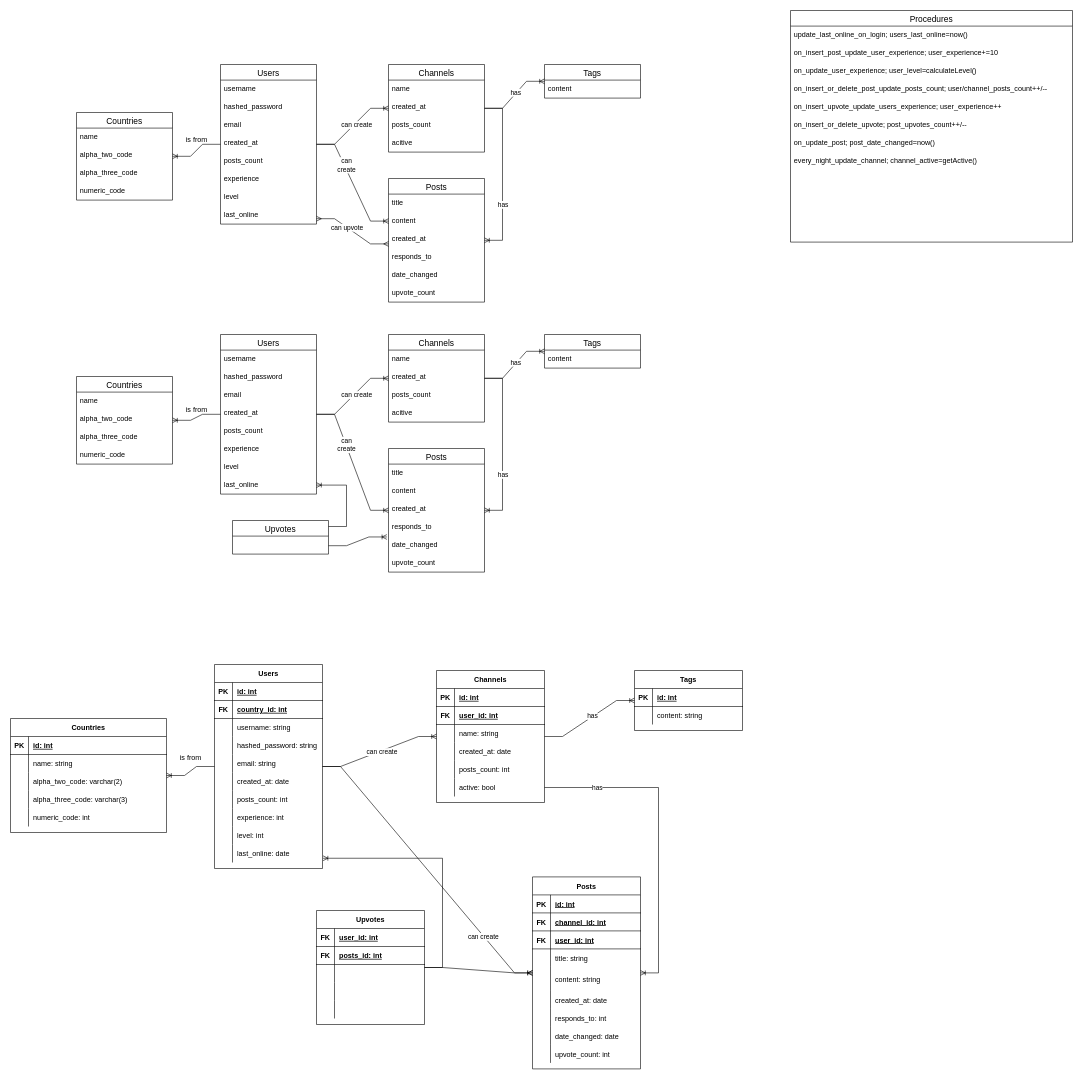
This is Mandatory1.drawio from maxmeldal/db-eksamen, a draw.io file, before an edit. Source tidied: cells renumbered, new cells numbered last; positions are measured from the earlier drawing's top-left corner, leaving out a move shared by most shapes. Both pictures are drawn from the tidied source at 60%, with x=0, y=0 at pixel (10, 10).
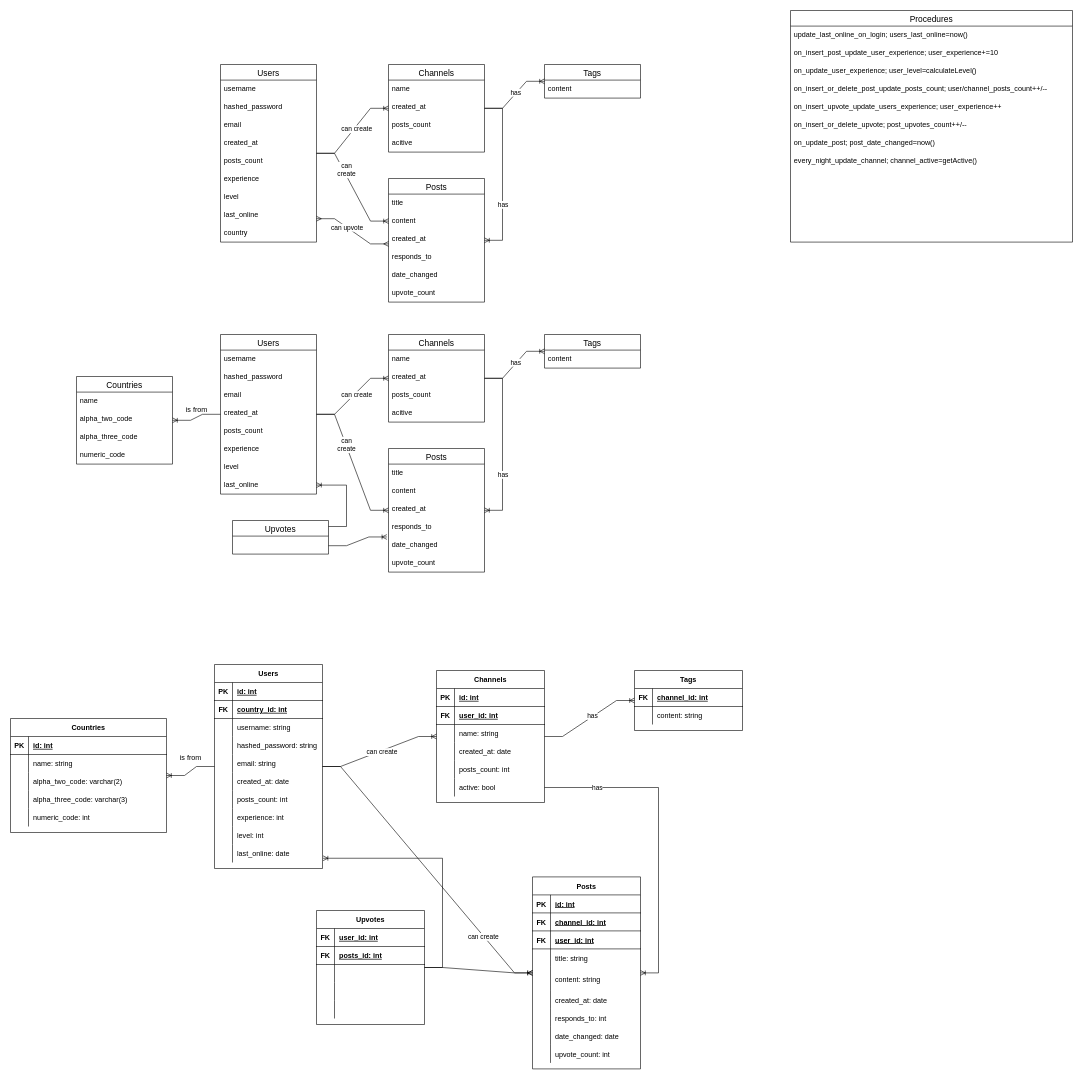
The same diagram, later.

The change refers to these unchanged cells:
```xml
<mxCell id="120" style="shape=tableRow;horizontal=0;startSize=0;swimlaneHead=0;swimlaneBody=0;fillColor=none;top=0;left=0;right=0;bottom=1;" parent="119" vertex="1">
  <mxGeometry y="30" width="180" height="30" as="geometry" />
</mxCell>
```

Change to the diagram source:
```diff
@@
     <mxCell id="2" value="Users" style="swimlane;fontStyle=0;horizontal=1;startSize=26;align=center;fontSize=14;" parent="1" vertex="1">
-      <mxGeometry x="350" y="90" width="160" height="266" as="geometry" />
+      <mxGeometry x="350" y="90" width="160" height="296" as="geometry" />
     </mxCell>
@@
+    <mxCell id="225" value="country" style="text;strokeColor=none;fillColor=none;spacingLeft=4;spacingRight=4;overflow=hidden;fontSize=12;" parent="2" vertex="1">
+      <mxGeometry y="266" width="160" height="30" as="geometry" />
+    </mxCell>
@@
-    <mxCell id="121" value="PK" style="shape=partialRectangle;fillColor=none;top=0;left=0;bottom=0;right=0;fontStyle=1;overflow=hidden;" parent="120" vertex="1">
+    <mxCell id="121" value="FK" style="shape=partialRectangle;fillColor=none;top=0;left=0;bottom=0;right=0;fontStyle=1;overflow=hidden;" parent="120" vertex="1">
       <mxGeometry width="30" height="30" as="geometry" />
     </mxCell>
-    <mxCell id="122" value="id: int" style="shape=partialRectangle;fillColor=none;top=0;left=0;bottom=0;right=0;align=left;spacingLeft=6;fontStyle=5;overflow=hidden;" parent="120" vertex="1">
+    <mxCell id="122" value="channel_id: int" style="shape=partialRectangle;fillColor=none;top=0;left=0;bottom=0;right=0;align=left;spacingLeft=6;fontStyle=5;overflow=hidden;" parent="120" vertex="1">
       <mxGeometry x="30" width="150" height="30" as="geometry" />
     </mxCell>
@@
-    <mxCell id="192" value="Countries" style="swimlane;fontStyle=0;horizontal=1;startSize=26;align=center;fontSize=14;" parent="1" vertex="1">
-      <mxGeometry x="110" y="170" width="160" height="146" as="geometry" />
-    </mxCell>
-    <mxCell id="193" value="name" style="text;strokeColor=none;fillColor=none;spacingLeft=4;spacingRight=4;overflow=hidden;fontSize=12;" parent="192" vertex="1">
-      <mxGeometry y="26" width="160" height="30" as="geometry" />
-    </mxCell>
-    <mxCell id="194" value="alpha_two_code" style="text;strokeColor=none;fillColor=none;spacingLeft=4;spacingRight=4;overflow=hidden;fontSize=12;" parent="192" vertex="1">
-      <mxGeometry y="56" width="160" height="30" as="geometry" />
-    </mxCell>
-    <mxCell id="195" value="alpha_three_code" style="text;strokeColor=none;fillColor=none;spacingLeft=4;spacingRight=4;overflow=hidden;fontSize=12;" parent="192" vertex="1">
-      <mxGeometry y="86" width="160" height="30" as="geometry" />
-    </mxCell>
-    <mxCell id="196" value="numeric_code" style="text;strokeColor=none;fillColor=none;spacingLeft=4;spacingRight=4;overflow=hidden;fontSize=12;" parent="192" vertex="1">
-      <mxGeometry y="116" width="160" height="30" as="geometry" />
-    </mxCell>
-    <mxCell id="197" style="edgeStyle=entityRelationEdgeStyle;fontSize=12;html=1;endArrow=ERoneToMany;rounded=0;" parent="1" edge="1" source="2" target="192">
-      <mxGeometry relative="1" as="geometry" />
-    </mxCell>
-    <mxCell id="198" value="is from" style="text;html=1;align=center;verticalAlign=middle;strokeColor=none;fillColor=none;" parent="1" vertex="1">
-      <mxGeometry x="280" y="200" width="60" height="30" as="geometry" />
-    </mxCell>
```
